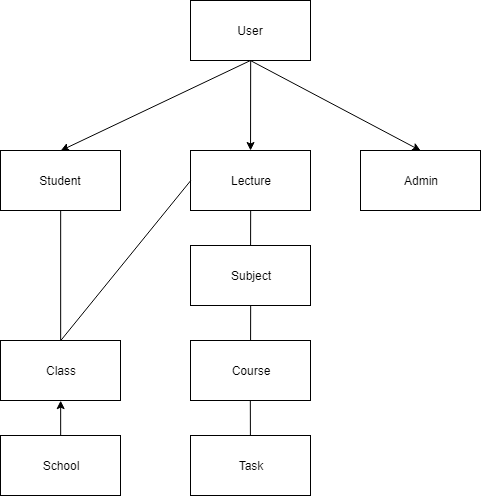
Earlier version of the draw.io export Documents/Abstract Domain Modell Diagram.png (gitjuzer/AFP2_2019_C). Source tidied: cells renumbered, new cells last; positions are measured from the earlier drawing's top-left corner, leaving out a move shared by most shapes.
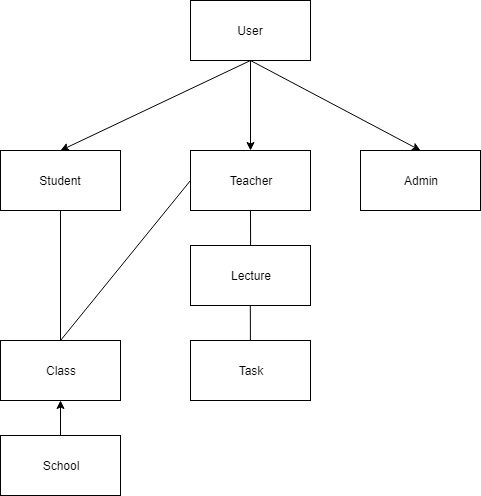
After the change.

Diff of the diagram source:
```diff
@@ -8,14 +8,14 @@
     <mxCell id="3" value="&lt;div&gt;Student&lt;/div&gt;" style="rounded=0;whiteSpace=wrap;html=1;" parent="1" vertex="1">
       <mxGeometry y="150" width="120" height="60" as="geometry" />
     </mxCell>
-    <mxCell id="4" value="Lecture" style="rounded=0;whiteSpace=wrap;html=1;" parent="1" vertex="1">
+    <mxCell id="4" value="Teacher" style="rounded=0;whiteSpace=wrap;html=1;" parent="1" vertex="1">
       <mxGeometry x="190" y="150" width="120" height="60" as="geometry" />
     </mxCell>
     <mxCell id="5" value="Admin" style="rounded=0;whiteSpace=wrap;html=1;" parent="1" vertex="1">
       <mxGeometry x="360" y="150" width="120" height="60" as="geometry" />
     </mxCell>
-    <mxCell id="6" value="Course" style="rounded=0;whiteSpace=wrap;html=1;" parent="1" vertex="1">
-      <mxGeometry x="190" y="340" width="120" height="60" as="geometry" />
+    <mxCell id="6" value="Lecture" style="rounded=0;whiteSpace=wrap;html=1;" parent="1" vertex="1">
+      <mxGeometry x="190" y="245" width="120" height="60" as="geometry" />
     </mxCell>
     <mxCell id="7" style="endArrow=classic;html=1;entryX=0.5;entryY=0;entryDx=0;entryDy=0;" parent="1" edge="1" target="3">
       <mxGeometry relative="1" as="geometry">
@@ -28,21 +28,17 @@
     <mxCell id="9" style="endArrow=classic;html=1;exitX=0.5;exitY=1;exitDx=0;exitDy=0;" parent="1" edge="1" source="2" target="4">
       <mxGeometry relative="1" as="geometry" />
     </mxCell>
-    <mxCell id="10" value="Subject&lt;br&gt;" style="rounded=0;whiteSpace=wrap;html=1;" parent="1" vertex="1">
-      <mxGeometry x="190" y="245" width="120" height="60" as="geometry" />
-    </mxCell>
-    <mxCell id="11" style="endArrow=none;html=1;exitX=0.5;exitY=1;exitDx=0;exitDy=0;" parent="1" edge="1" source="4" target="10">
-      <mxGeometry relative="1" as="geometry" />
+    <mxCell id="11" style="endArrow=none;html=1;exitX=0.5;exitY=1;exitDx=0;exitDy=0;" parent="1" edge="1" source="4">
+      <mxGeometry relative="1" as="geometry">
+        <mxPoint x="250.1" y="245" as="targetPoint" />
+      </mxGeometry>
     </mxCell>
-    <mxCell id="12" style="endArrow=none;html=1;exitX=0.5;exitY=1;exitDx=0;exitDy=0;" parent="1" edge="1" source="10" target="6">
-      <mxGeometry relative="1" as="geometry" />
-    </mxCell>
     <mxCell id="13" value="Task" style="rounded=0;whiteSpace=wrap;html=1;" parent="1" vertex="1">
-      <mxGeometry x="190" y="435" width="120" height="60" as="geometry" />
+      <mxGeometry x="190" y="340" width="120" height="60" as="geometry" />
     </mxCell>
     <mxCell id="14" style="endArrow=none;html=1;exitX=0.5;exitY=1;exitDx=0;exitDy=0;" parent="1" edge="1" target="13">
       <mxGeometry relative="1" as="geometry">
-        <mxPoint x="249.8" y="400.2" as="sourcePoint" />
+        <mxPoint x="249.8" y="305.2" as="sourcePoint" />
       </mxGeometry>
     </mxCell>
     <mxCell id="15" value="Class" style="rounded=0;whiteSpace=wrap;html=1;" parent="1" vertex="1">
```
